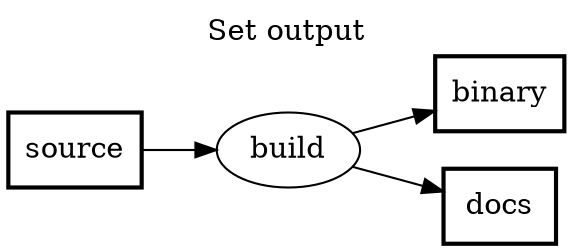
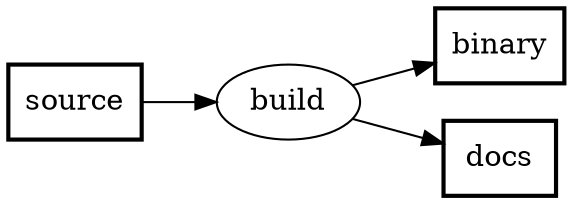
digraph PFDSL {
  rankdir=LR;
  newrank=true;
-   label="Set output";
-   labelloc="t";

  "binary" [shape=box, label="binary", penwidth="2"];
  "build" [shape=ellipse, label="build"];
  "docs" [shape=box, label="docs", penwidth="2"];
  "source" [shape=box, label="source", penwidth="2"];

  "source" -> "build";
  "build" -> "binary";
  "build" -> "docs";
}
